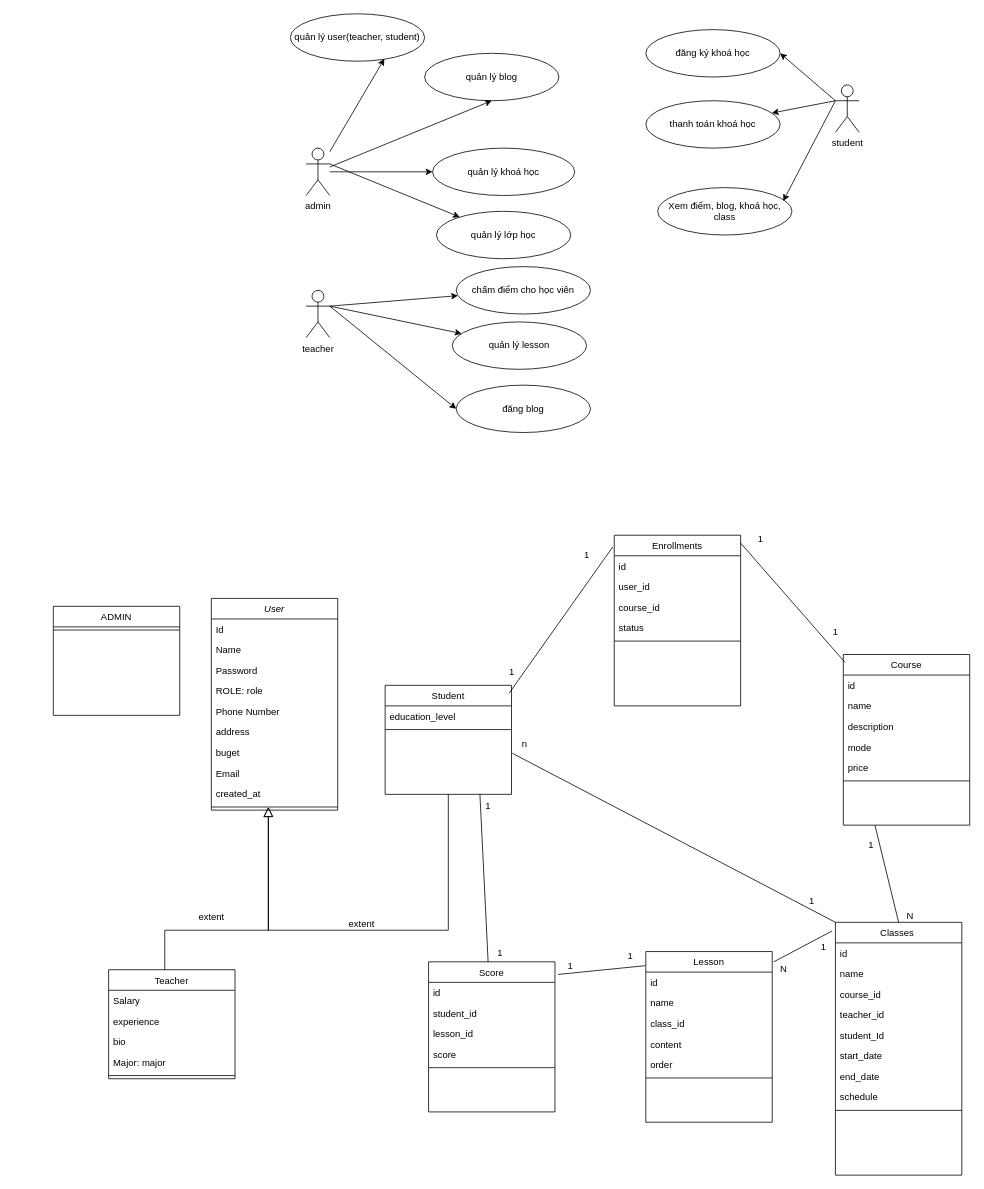
This is ManageTech/Biểu đồ không có tiêu đề.drawio from HieuNguyen06nd/JAVA-CORE---30, a draw.io file, before an edit. Source tidied: cells renumbered, new cells numbered last; positions are measured from the earlier drawing's top-left corner, leaving out a move shared by most shapes. Both pictures are drawn from the tidied source at 79%, with x=0, y=0 at pixel (53, 13).
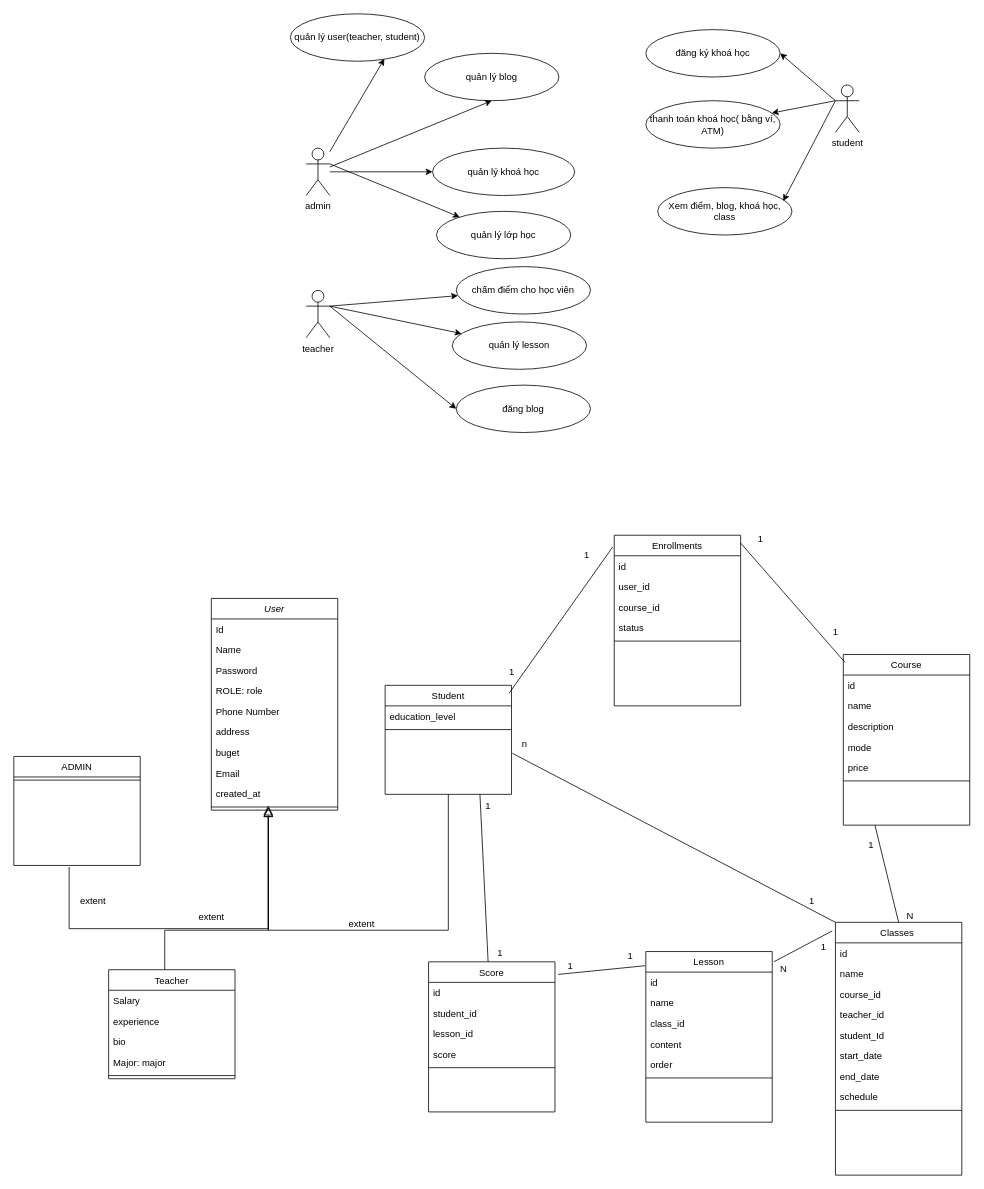
The same diagram, later.

Commit message:
Cập nhật Biểu đồ không có tiêu đề.drawio

The edit, as a diff of the source:
```diff
@@
-    <mxCell id="72" value="thanh toán khoá học" style="ellipse;whiteSpace=wrap;html=1;" parent="1" vertex="1">
+    <mxCell id="72" value="thanh toán khoá học( bằng ví, ATM)" style="ellipse;whiteSpace=wrap;html=1;" parent="1" vertex="1">
       <mxGeometry x="750" y="110" width="170" height="60" as="geometry" />
     </mxCell>
@@
     <mxCell id="107" value="ADMIN" style="swimlane;fontStyle=0;align=center;verticalAlign=top;horizontal=1;startSize=26;rounded=0;shadow=0;strokeWidth=1;" parent="1" vertex="1">
-      <mxGeometry y="750" width="160" height="138" as="geometry" />
+      <mxGeometry x="-50" y="940" width="160" height="138" as="geometry" />
     </mxCell>
@@
+    <mxCell id="109" style="endArrow=block;endSize=10;endFill=0;shadow=0;strokeWidth=1;rounded=0;curved=0;edgeStyle=elbowEdgeStyle;elbow=vertical;entryX=0.45;entryY=0.5;entryDx=0;entryDy=0;entryPerimeter=0;" parent="1" edge="1">
+      <mxGeometry relative="1" as="geometry">
+        <mxPoint x="20" y="1080" as="sourcePoint" />
+        <mxPoint x="272" y="1002" as="targetPoint" />
+        <Array as="points">
+          <mxPoint x="270" y="1158" />
+        </Array>
+      </mxGeometry>
+    </mxCell>
+    <mxCell id="110" value="extent" style="text;html=1;align=center;verticalAlign=middle;strokeColor=none;fillColor=none;" parent="1" vertex="1">
+      <mxGeometry x="20" y="1108" width="60" height="30" as="geometry" />
+    </mxCell>
```
